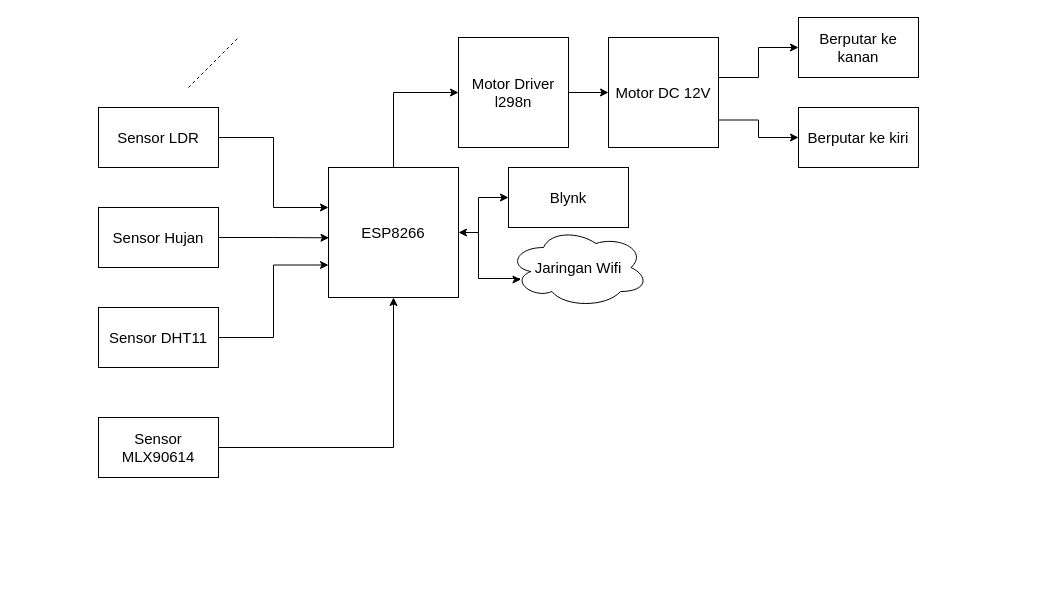
Before: diagrambloq.drawio in briannugroho/Bacatulisdata, a draw.io diagram. Source tidied: cells renumbered, new cells numbered last; positions are measured from the earlier drawing's top-left corner, leaving out a move shared by most shapes. Both pictures are drawn from the tidied source at 100%, with x=0, y=0 at pixel (98, 17).
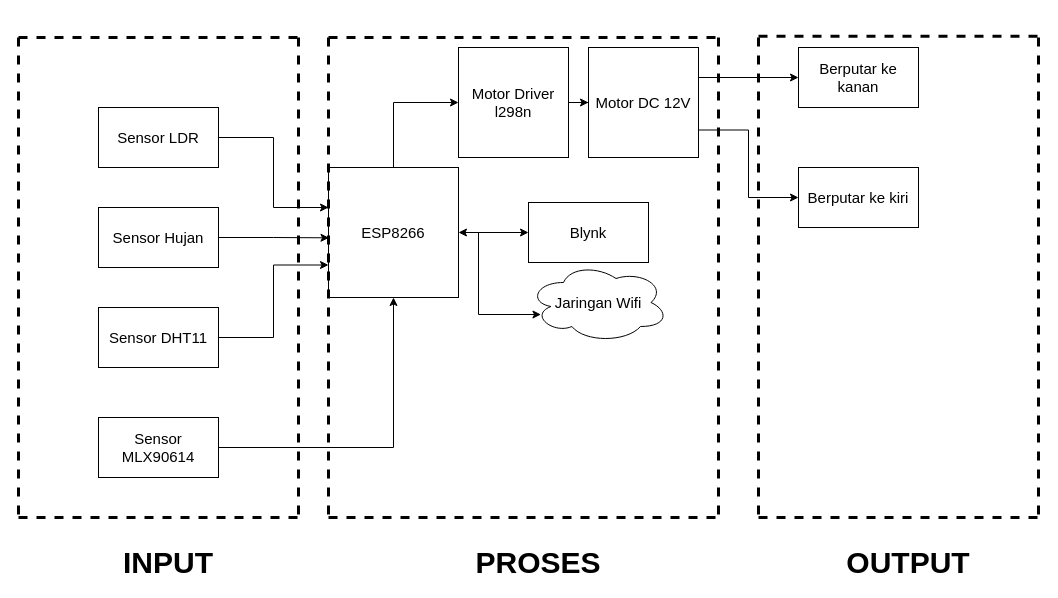
Above is the later version.

The edit, as a diff of the source:
```diff
@@
     <mxCell id="11" style="edgeStyle=orthogonalEdgeStyle;rounded=0;jettySize=auto;html=1;entryX=0;entryY=0.5;entryDx=0;entryDy=0;startArrow=classic;startFill=1;exitX=0.089;exitY=0.65;exitDx=0;exitDy=0;exitPerimeter=0;" parent="1" edge="1" source="12" target="13">
       <mxGeometry relative="1" as="geometry">
         <Array as="points">
-          <mxPoint x="421" y="261" />
-          <mxPoint x="380" y="261" />
-          <mxPoint x="380" y="180" />
+          <mxPoint x="380" y="297" />
+          <mxPoint x="380" y="215" />
         </Array>
       </mxGeometry>
     </mxCell>
     <mxCell id="12" value="&lt;font style=&quot;font-size: 15px;&quot;&gt;Jaringan Wifi&lt;/font&gt;" style="ellipse;shape=cloud;whiteSpace=wrap;html=1;" parent="1" vertex="1">
-      <mxGeometry x="410" y="210" width="140" height="80" as="geometry" />
+      <mxGeometry x="430" y="245" width="140" height="80" as="geometry" />
     </mxCell>
     <mxCell id="13" value="&lt;font style=&quot;font-size: 15px;&quot;&gt;Blynk&lt;/font&gt;" style="rounded=0;whiteSpace=wrap;html=1;" parent="1" vertex="1">
-      <mxGeometry x="410" y="150" width="120" height="60" as="geometry" />
+      <mxGeometry x="430" y="185" width="120" height="60" as="geometry" />
     </mxCell>
     <mxCell id="14" value="&lt;font style=&quot;font-size: 15px;&quot;&gt;Berputar ke kanan&lt;/font&gt;" style="rounded=0;whiteSpace=wrap;html=1;" parent="1" vertex="1">
-      <mxGeometry x="700" width="120" height="60" as="geometry" />
+      <mxGeometry x="700" y="30" width="120" height="60" as="geometry" />
     </mxCell>
     <mxCell id="15" value="&lt;font style=&quot;font-size: 15px;&quot;&gt;Berputar ke kiri&lt;/font&gt;" style="rounded=0;whiteSpace=wrap;html=1;" parent="1" vertex="1">
-      <mxGeometry x="700" y="90" width="120" height="60" as="geometry" />
+      <mxGeometry x="700" y="150" width="120" height="60" as="geometry" />
     </mxCell>
@@
     <mxCell id="17" value="&lt;font style=&quot;font-size: 15px;&quot;&gt;Motor Driver l298n&lt;/font&gt;" style="whiteSpace=wrap;html=1;" parent="1" vertex="1">
-      <mxGeometry x="360" y="20" width="110" height="110" as="geometry" />
+      <mxGeometry x="360" y="30" width="110" height="110" as="geometry" />
     </mxCell>
@@
     <mxCell id="20" style="edgeStyle=orthogonalEdgeStyle;rounded=0;jettySize=auto;html=1;entryX=0;entryY=0.5;entryDx=0;entryDy=0;" parent="1" edge="1" source="22" target="14">
       <mxGeometry relative="1" as="geometry">
         <Array as="points">
-          <mxPoint x="660" y="60" />
-          <mxPoint x="660" y="30" />
+          <mxPoint x="700" y="60" />
         </Array>
       </mxGeometry>
     </mxCell>
@@
     <mxCell id="22" value="&lt;font style=&quot;font-size: 15px;&quot;&gt;Motor DC 12V&lt;/font&gt;" style="whiteSpace=wrap;html=1;" parent="1" vertex="1">
-      <mxGeometry x="510" y="20" width="110" height="110" as="geometry" />
+      <mxGeometry x="490" y="30" width="110" height="110" as="geometry" />
     </mxCell>
-    <mxCell id="23" style="endArrow=none;dashed=1;html=1;rounded=0;" parent="1" edge="1">
+    <mxCell id="23" style="endArrow=none;dashed=1;html=1;rounded=0;strokeWidth=3;" parent="1" edge="1">
       <mxGeometry relative="1" as="geometry">
-        <mxPoint x="90" y="70" as="sourcePoint" />
-        <mxPoint x="140" y="20" as="targetPoint" />
+        <mxPoint x="-80" y="20" as="sourcePoint" />
+        <mxPoint x="200" y="20" as="targetPoint" />
       </mxGeometry>
     </mxCell>
+    <mxCell id="24" style="endArrow=none;dashed=1;html=1;rounded=0;strokeWidth=3;" parent="1" edge="1">
+      <mxGeometry relative="1" as="geometry">
+        <mxPoint x="-80" y="500" as="sourcePoint" />
+        <mxPoint x="200" y="500" as="targetPoint" />
+      </mxGeometry>
+    </mxCell>
+    <mxCell id="25" style="endArrow=none;dashed=1;html=1;rounded=0;strokeWidth=3;" parent="1" edge="1">
+      <mxGeometry relative="1" as="geometry">
+        <mxPoint x="-80" y="20" as="sourcePoint" />
+        <mxPoint x="-80" y="500" as="targetPoint" />
+      </mxGeometry>
+    </mxCell>
+    <mxCell id="26" style="endArrow=none;dashed=1;html=1;rounded=0;strokeWidth=3;" parent="1" edge="1">
+      <mxGeometry relative="1" as="geometry">
+        <mxPoint x="200" y="20" as="sourcePoint" />
+        <mxPoint x="200" y="500" as="targetPoint" />
+      </mxGeometry>
+    </mxCell>
+    <mxCell id="27" style="endArrow=none;dashed=1;html=1;rounded=0;strokeWidth=3;" parent="1" edge="1">
+      <mxGeometry relative="1" as="geometry">
+        <mxPoint x="660" y="18.8" as="sourcePoint" />
+        <mxPoint x="940" y="18.8" as="targetPoint" />
+      </mxGeometry>
+    </mxCell>
+    <mxCell id="28" style="endArrow=none;dashed=1;html=1;rounded=0;strokeWidth=3;" parent="1" edge="1">
+      <mxGeometry relative="1" as="geometry">
+        <mxPoint x="660" y="500" as="sourcePoint" />
+        <mxPoint x="940" y="500" as="targetPoint" />
+      </mxGeometry>
+    </mxCell>
+    <mxCell id="29" style="endArrow=none;dashed=1;html=1;rounded=0;strokeWidth=3;" parent="1" edge="1">
+      <mxGeometry relative="1" as="geometry">
+        <mxPoint x="660" y="20" as="sourcePoint" />
+        <mxPoint x="660" y="500" as="targetPoint" />
+      </mxGeometry>
+    </mxCell>
+    <mxCell id="30" style="endArrow=none;dashed=1;html=1;rounded=0;strokeWidth=3;" parent="1" edge="1">
+      <mxGeometry relative="1" as="geometry">
+        <mxPoint x="940" y="20" as="sourcePoint" />
+        <mxPoint x="940" y="500" as="targetPoint" />
+      </mxGeometry>
+    </mxCell>
+    <mxCell id="31" style="endArrow=none;dashed=1;html=1;rounded=0;strokeWidth=3;" parent="1" edge="1">
+      <mxGeometry relative="1" as="geometry">
+        <mxPoint x="230" y="20" as="sourcePoint" />
+        <mxPoint x="620" y="20" as="targetPoint" />
+      </mxGeometry>
+    </mxCell>
+    <mxCell id="32" style="endArrow=none;dashed=1;html=1;rounded=0;strokeWidth=3;" parent="1" edge="1">
+      <mxGeometry relative="1" as="geometry">
+        <mxPoint x="230" y="500" as="sourcePoint" />
+        <mxPoint x="620" y="500" as="targetPoint" />
+      </mxGeometry>
+    </mxCell>
+    <mxCell id="33" style="endArrow=none;dashed=1;html=1;rounded=0;strokeWidth=3;" parent="1" edge="1">
+      <mxGeometry relative="1" as="geometry">
+        <mxPoint x="230" y="20" as="sourcePoint" />
+        <mxPoint x="230" y="500" as="targetPoint" />
+      </mxGeometry>
+    </mxCell>
+    <mxCell id="34" style="endArrow=none;dashed=1;html=1;rounded=0;strokeWidth=3;" parent="1" edge="1">
+      <mxGeometry relative="1" as="geometry">
+        <mxPoint x="620" y="20" as="sourcePoint" />
+        <mxPoint x="620" y="500" as="targetPoint" />
+      </mxGeometry>
+    </mxCell>
+    <mxCell id="35" value="&lt;b style=&quot;&quot;&gt;&lt;font style=&quot;font-size: 30px;&quot;&gt;INPUT&lt;/font&gt;&lt;/b&gt;" style="text;html=1;strokeColor=none;fillColor=none;align=center;verticalAlign=middle;whiteSpace=wrap;rounded=0;" parent="1" vertex="1">
+      <mxGeometry x="40" y="530" width="60" height="30" as="geometry" />
+    </mxCell>
+    <mxCell id="36" value="&lt;b style=&quot;&quot;&gt;&lt;font style=&quot;font-size: 30px;&quot;&gt;PROSES&lt;/font&gt;&lt;/b&gt;" style="text;html=1;strokeColor=none;fillColor=none;align=center;verticalAlign=middle;whiteSpace=wrap;rounded=0;" parent="1" vertex="1">
+      <mxGeometry x="410" y="530" width="60" height="30" as="geometry" />
+    </mxCell>
+    <mxCell id="37" value="&lt;b style=&quot;&quot;&gt;&lt;font style=&quot;font-size: 30px;&quot;&gt;OUTPUT&lt;/font&gt;&lt;/b&gt;" style="text;html=1;strokeColor=none;fillColor=none;align=center;verticalAlign=middle;whiteSpace=wrap;rounded=0;" parent="1" vertex="1">
+      <mxGeometry x="780" y="530" width="60" height="30" as="geometry" />
+    </mxCell>
```
